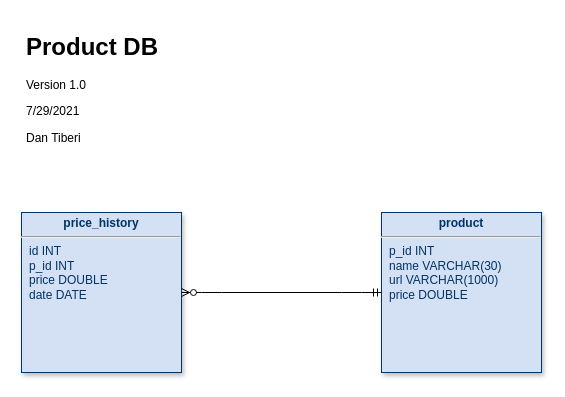
Above: ProductDBDiagram.drawio in dantiberi/SWR (draw.io), before the change. Source tidied: cells renumbered, new cells numbered last; positions are measured from the earlier drawing's top-left corner, leaving out a move shared by most shapes. Both pictures are drawn from the tidied source at 100%, with x=0, y=0 at pixel (21, 27).
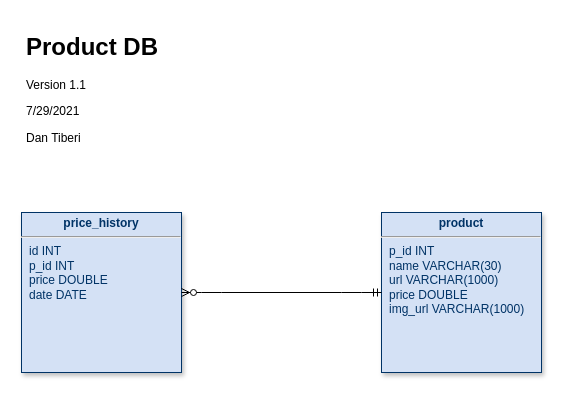
The same page after the edit.

Diff of the diagram source:
```diff
@@
 <mxGraphModel>
   <root>
     <mxCell id="0" />
     <mxCell id="1" parent="0" />
-    <mxCell id="2" value="&lt;p style=&quot;margin: 4px 0px 0px ; text-align: center&quot;&gt;&lt;b&gt;product&lt;/b&gt;&lt;/p&gt;&lt;hr&gt;&lt;p style=&quot;margin: 0px ; margin-left: 8px&quot;&gt;p_id INT&lt;/p&gt;&lt;p style=&quot;margin: 0px ; margin-left: 8px&quot;&gt;name VARCHAR(30)&lt;/p&gt;&lt;p style=&quot;margin: 0px ; margin-left: 8px&quot;&gt;url VARCHAR(1000)&lt;/p&gt;&lt;p style=&quot;margin: 0px ; margin-left: 8px&quot;&gt;price DOUBLE&lt;/p&gt;&lt;p style=&quot;margin: 0px ; margin-left: 8px&quot;&gt;&lt;br&gt;&lt;/p&gt;" style="verticalAlign=top;align=left;overflow=fill;fontSize=12;fontFamily=Helvetica;html=1;strokeColor=#003366;shadow=1;fillColor=#D4E1F5;fontColor=#003366;" parent="1" vertex="1">
+    <mxCell id="2" value="&lt;p style=&quot;margin: 4px 0px 0px ; text-align: center&quot;&gt;&lt;b&gt;product&lt;/b&gt;&lt;/p&gt;&lt;hr&gt;&lt;p style=&quot;margin: 0px ; margin-left: 8px&quot;&gt;p_id INT&lt;/p&gt;&lt;p style=&quot;margin: 0px ; margin-left: 8px&quot;&gt;name VARCHAR(30)&lt;/p&gt;&lt;p style=&quot;margin: 0px ; margin-left: 8px&quot;&gt;url VARCHAR(1000)&lt;/p&gt;&lt;p style=&quot;margin: 0px ; margin-left: 8px&quot;&gt;price DOUBLE&lt;/p&gt;&lt;p style=&quot;margin: 0px ; margin-left: 8px&quot;&gt;img_url VARCHAR(1000)&lt;/p&gt;" style="verticalAlign=top;align=left;overflow=fill;fontSize=12;fontFamily=Helvetica;html=1;strokeColor=#003366;shadow=1;fillColor=#D4E1F5;fontColor=#003366;" parent="1" vertex="1">
       <mxGeometry x="360" y="185" width="160" height="160" as="geometry" />
     </mxCell>
     <mxCell id="3" value="&lt;p style=&quot;margin: 4px 0px 0px ; text-align: center&quot;&gt;&lt;b&gt;price_history&lt;/b&gt;&lt;/p&gt;&lt;hr&gt;&lt;p style=&quot;margin: 0px ; margin-left: 8px&quot;&gt;id INT&lt;/p&gt;&lt;p style=&quot;margin: 0px ; margin-left: 8px&quot;&gt;p_id INT&lt;/p&gt;&lt;p style=&quot;margin: 0px ; margin-left: 8px&quot;&gt;price DOUBLE&lt;/p&gt;&lt;p style=&quot;margin: 0px ; margin-left: 8px&quot;&gt;date DATE&lt;/p&gt;&lt;p style=&quot;margin: 0px ; margin-left: 8px&quot;&gt;&lt;br&gt;&lt;/p&gt;" style="verticalAlign=top;align=left;overflow=fill;fontSize=12;fontFamily=Helvetica;html=1;strokeColor=#003366;shadow=1;fillColor=#D4E1F5;fontColor=#003366;" parent="1" vertex="1">
       <mxGeometry y="185" width="160" height="160" as="geometry" />
     </mxCell>
     <mxCell id="4" style="edgeStyle=entityRelationEdgeStyle;fontSize=12;html=1;endArrow=ERzeroToMany;startArrow=ERmandOne;exitX=0;exitY=0.5;exitDx=0;exitDy=0;entryX=1;entryY=0.5;entryDx=0;entryDy=0;" parent="1" edge="1" source="2" target="3">
       <mxGeometry relative="1" as="geometry" />
     </mxCell>
-    <mxCell id="5" value="&lt;h1&gt;Product DB&lt;/h1&gt;&lt;p&gt;Version 1.0&lt;/p&gt;&lt;p&gt;7/29/2021&lt;/p&gt;&lt;p&gt;Dan Tiberi&lt;/p&gt;" style="text;html=1;strokeColor=none;fillColor=none;spacing=5;spacingTop=-20;whiteSpace=wrap;overflow=hidden;rounded=0;" parent="1" vertex="1">
+    <mxCell id="5" value="&lt;h1&gt;Product DB&lt;/h1&gt;&lt;p&gt;Version 1.1&lt;/p&gt;&lt;p&gt;7/29/2021&lt;/p&gt;&lt;p&gt;Dan Tiberi&lt;/p&gt;" style="text;html=1;strokeColor=none;fillColor=none;spacing=5;spacingTop=-20;whiteSpace=wrap;overflow=hidden;rounded=0;" parent="1" vertex="1">
       <mxGeometry width="190" height="120" as="geometry" />
     </mxCell>
   </root>
 </mxGraphModel>
```
